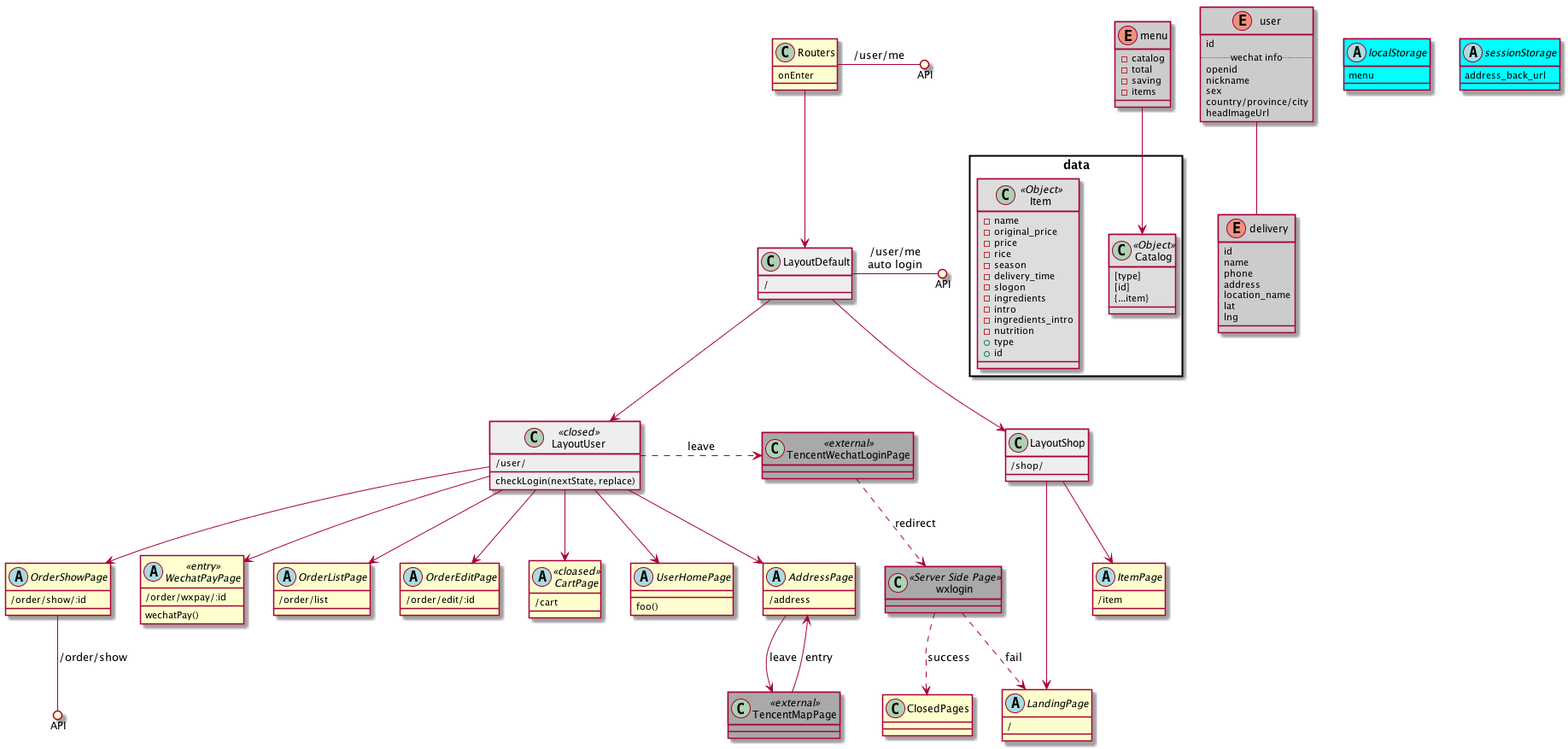
Before: doc/hlhs-frontend.png, a diagram exported from PlantUML (bryt-li/lava).
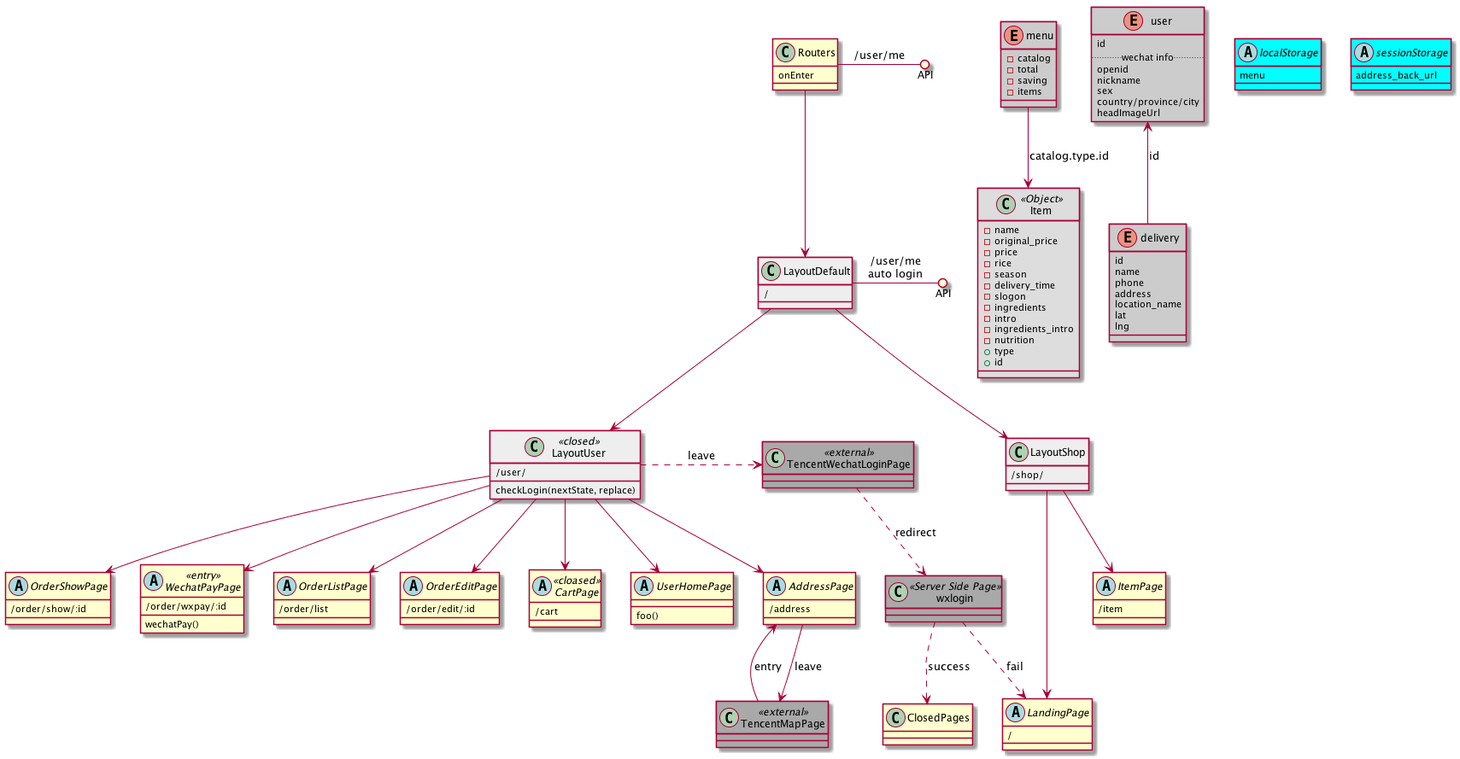
After the change.

Diff of the diagram source:
```diff
@@ -2,29 +2,20 @@
 
 skinparam packageStyle rect
 
-
-package data {
-	class Catalog  <<Object>> #ddd{
-		[type]
-		        [id]
-		                {...item}
-	}
-
-	class Item <<Object>> #ddd{
-		-name
-		-original_price
-		-price
-		-rice
-		-season
-		-delivery_time
-		-slogon
-		-ingredients
-		-intro
-		-ingredients_intro
-		-nutrition
-		+type
-		+id
-	}
+class Item <<Object>> #ddd{
+	-name
+	-original_price
+	-price
+	-rice
+	-season
+	-delivery_time
+	-slogon
+	-ingredients
+	-intro
+	-ingredients_intro
+	-nutrition
+	+type
+	+id
 }
 
 enum menu #ccc{
@@ -54,8 +45,8 @@
 	lng
 }
 
-menu --> Catalog
-user -- delivery
+menu --> Item : catalog.type.id
+user <-- delivery : id
 
 abstract localStorage #cyan{
 	menu
@@ -89,7 +80,6 @@
 	/item
 }
 
-
 class LayoutUser <<closed>> #eee {
 	/user/
 	checkLogin(nextState, replace)
@@ -106,6 +96,7 @@
 abstract AddressPage {
 	/address
 }
+
 abstract OrderShowPage {
 	/order/show/:id
 }
@@ -114,8 +105,6 @@
 	/order/wxpay/:id
 	wechatPay()
 }
-
-OrderShowPage --() API : /order/show
 
 abstract OrderListPage {
 	/order/list
```
